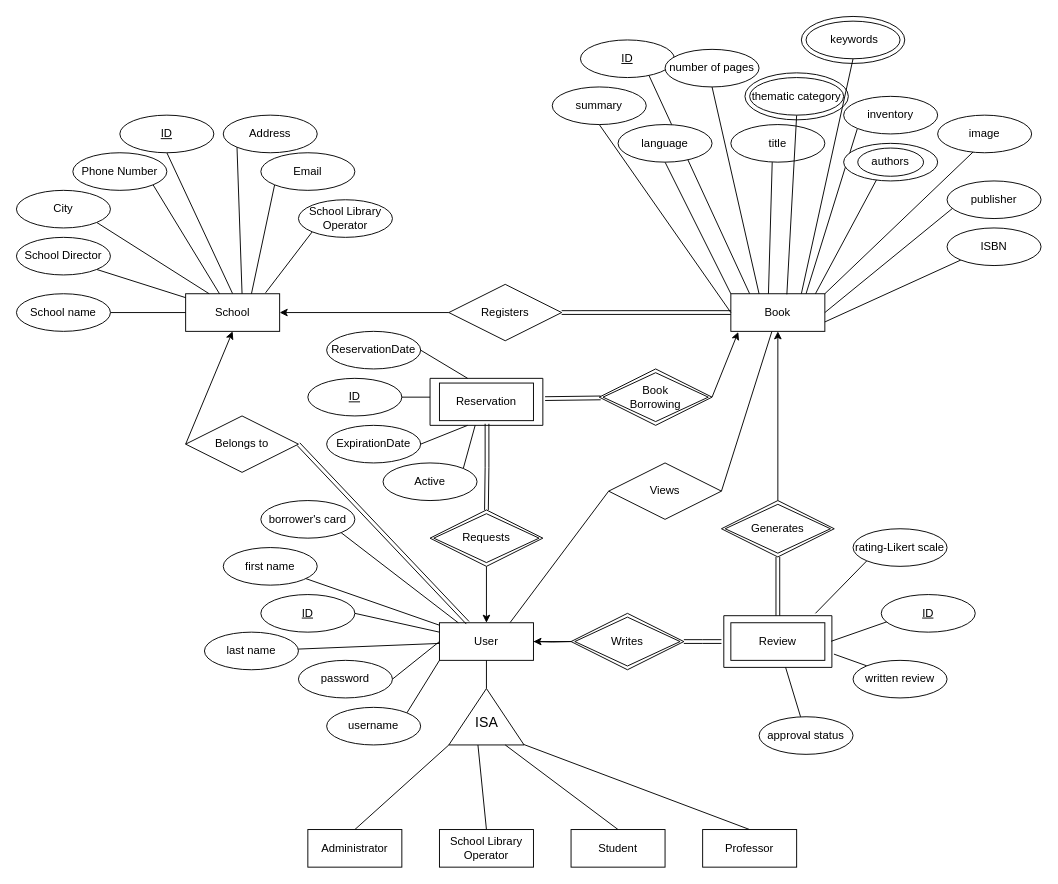
This is diagrams/ER.drawio from ntua-el19877/Databases, a draw.io file, before an edit. Source tidied: cells renumbered, new cells numbered last; positions are measured from the earlier drawing's top-left corner, leaving out a move shared by most shapes. Both pictures are drawn from the tidied source at 94%, with x=0, y=0 at pixel (16, 16).
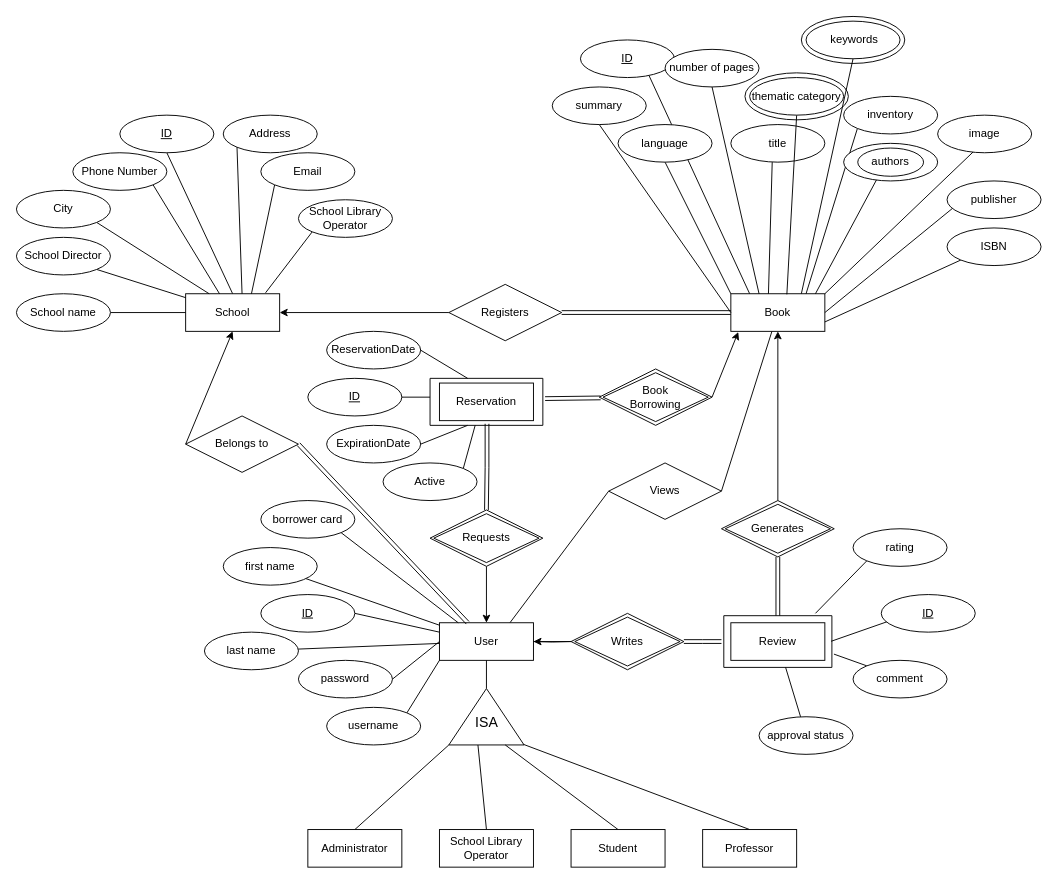
The same diagram, later.

Diff of the diagram source:
```diff
@@
-    <mxCell id="62" value="written review" style="ellipse;whiteSpace=wrap;html=1;align=center;" parent="1" vertex="1">
+    <mxCell id="62" value="comment" style="ellipse;whiteSpace=wrap;html=1;align=center;" parent="1" vertex="1">
       <mxGeometry x="890" y="685" width="100" height="40" as="geometry" />
     </mxCell>
@@
-    <mxCell id="64" value="rating-Likert scale" style="ellipse;whiteSpace=wrap;html=1;align=center;" parent="1" vertex="1">
+    <mxCell id="64" value="rating" style="ellipse;whiteSpace=wrap;html=1;align=center;" parent="1" vertex="1">
       <mxGeometry x="890" y="545" width="100" height="40" as="geometry" />
     </mxCell>
@@
-    <mxCell id="86" value="borrower's card" style="ellipse;whiteSpace=wrap;html=1;align=center;" parent="1" vertex="1">
+    <mxCell id="86" value="borrower card" style="ellipse;whiteSpace=wrap;html=1;align=center;" parent="1" vertex="1">
       <mxGeometry x="260" y="515" width="100" height="40" as="geometry" />
     </mxCell>
```
